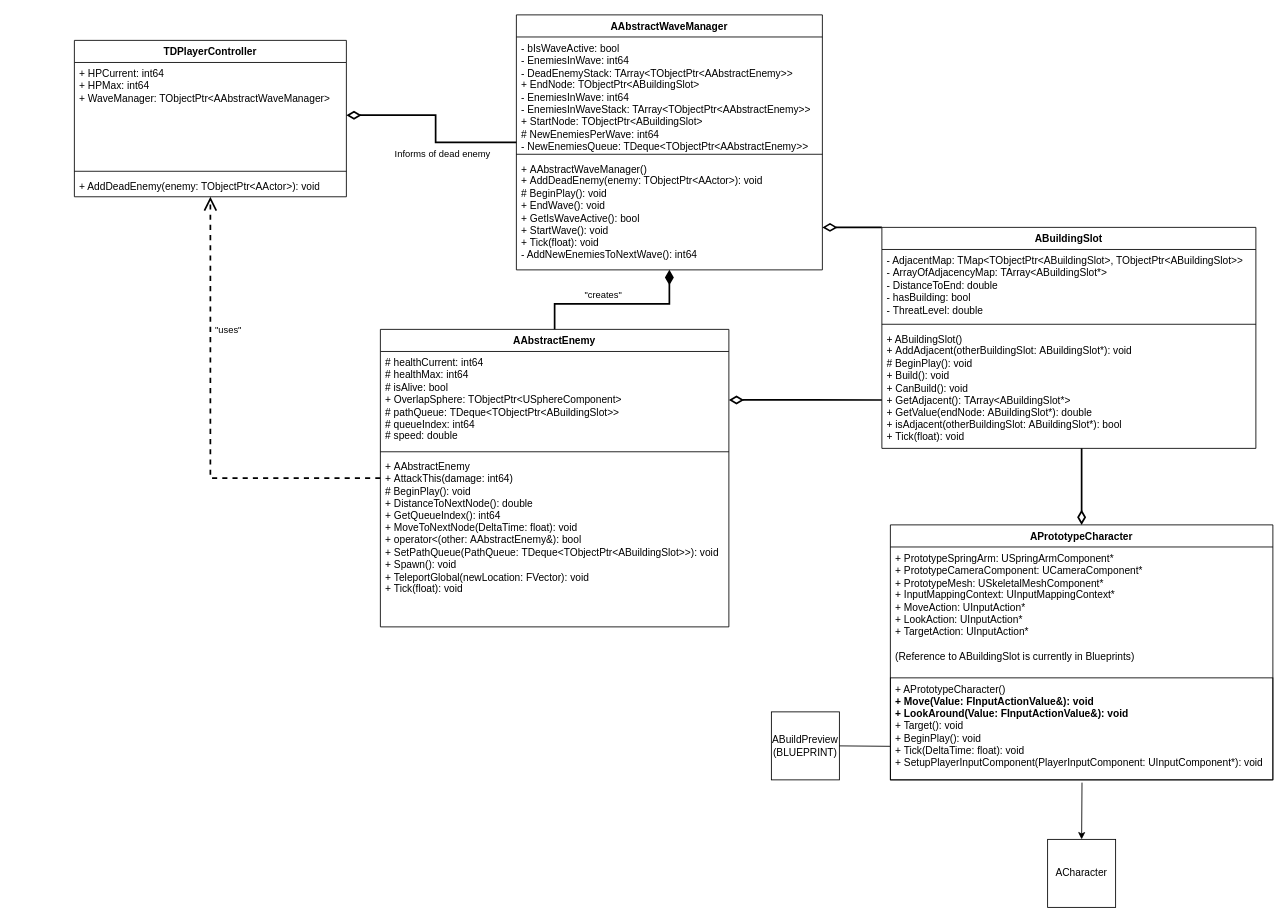
This is UML.drawio from herrkrabbe/Programming3TD, a draw.io file, before an edit. Source tidied: cells renumbered, new cells numbered last; positions are measured from the earlier drawing's top-left corner, leaving out a move shared by most shapes. Both pictures are drawn from the tidied source at 85%, with x=0, y=0 at pixel (74, 14).
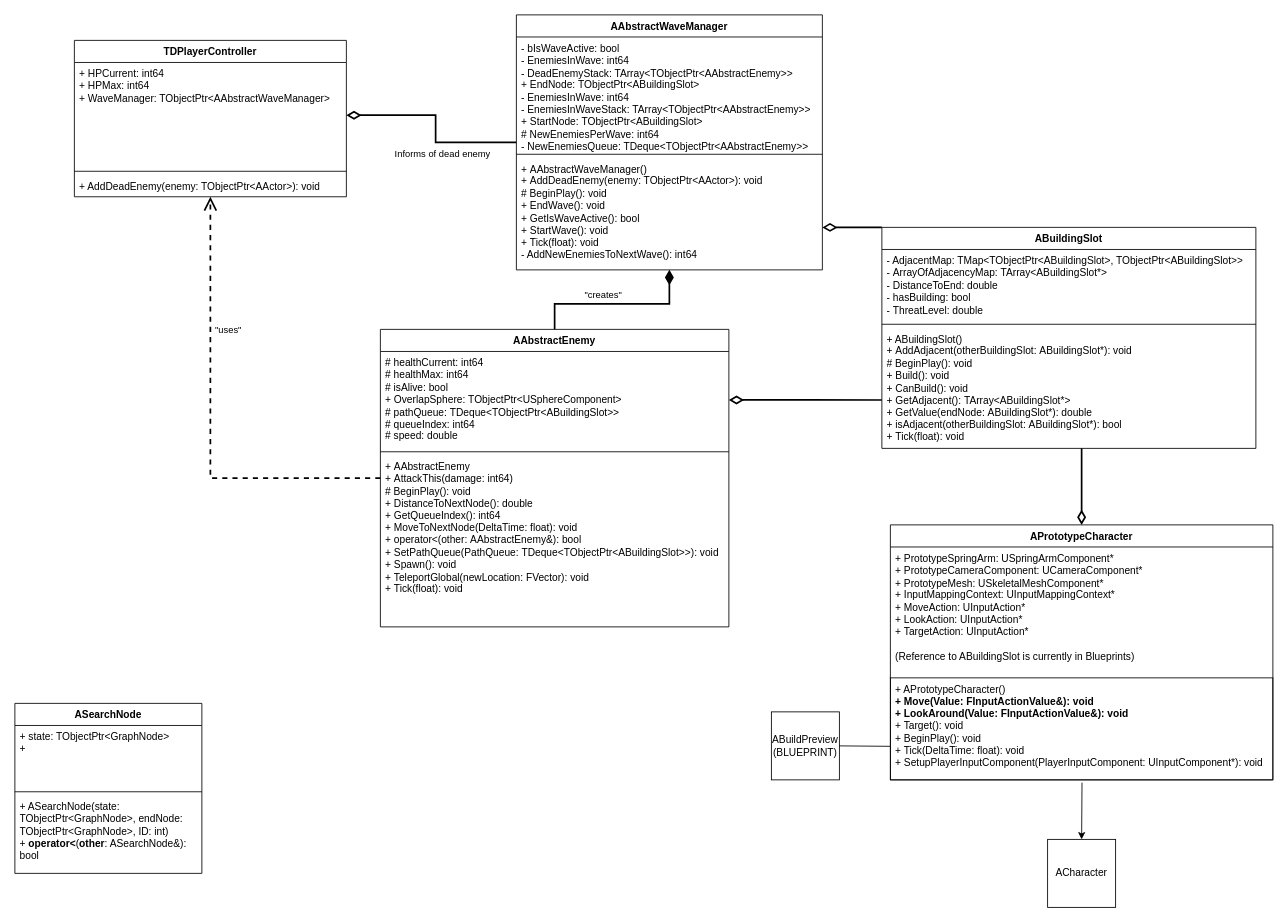
After the change.

The edit, as a diff of the source:
```diff
@@
+    <mxCell id="34" value="ASearchNode" style="swimlane;fontStyle=1;align=center;verticalAlign=top;horizontal=1;startSize=26;whiteSpace=wrap;html=1;" parent="1" vertex="1">
+      <mxGeometry x="-70" y="810" width="220" height="200" as="geometry" />
+    </mxCell>
+    <mxCell id="35" value="+ state: TObjectPtr&amp;lt;GraphNode&amp;gt;&lt;div&gt;+&amp;nbsp;&lt;/div&gt;" style="text;strokeColor=none;fillColor=none;align=left;verticalAlign=top;spacingLeft=4;spacingRight=4;overflow=hidden;whiteSpace=wrap;html=1;" parent="34" vertex="1">
+      <mxGeometry y="26" width="220" height="74" as="geometry" />
+    </mxCell>
+    <mxCell id="36" style="line;strokeWidth=1;fillColor=none;align=left;verticalAlign=middle;spacingTop=-1;spacingLeft=3;spacingRight=3;labelPosition=right;strokeColor=inherit;" parent="34" vertex="1">
+      <mxGeometry y="100" width="220" height="8" as="geometry" />
+    </mxCell>
+    <mxCell id="37" value="+ ASearchNode(state: TObjectPtr&amp;lt;GraphNode&amp;gt;, endNode: TObjectPtr&amp;lt;GraphNode&amp;gt;, ID: int)&lt;div&gt;+ &lt;b&gt;operator&amp;lt;&lt;/b&gt;(&lt;b&gt;other&lt;/b&gt;: ASearchNode&amp;amp;): bool&lt;/div&gt;" style="text;strokeColor=none;fillColor=none;align=left;verticalAlign=top;spacingLeft=4;spacingRight=4;overflow=hidden;whiteSpace=wrap;html=1;" parent="34" vertex="1">
+      <mxGeometry y="108" width="220" height="92" as="geometry" />
+    </mxCell>
```
